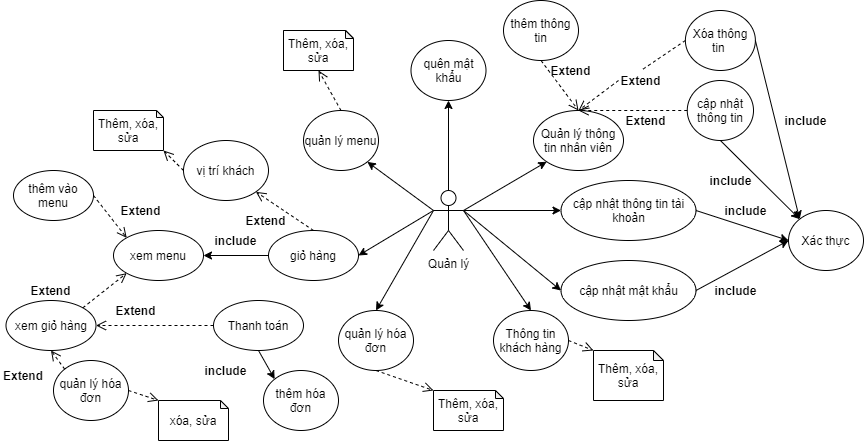
Before: Sơ đồ/quản lý.png, a diagram exported from draw.io (518H0090/FinalProjectAndroid). Source tidied: cells renumbered, new cells last; positions are measured from the earlier drawing's top-left corner, leaving out a move shared by most shapes. The source it was exported from:
```xml
<mxGraphModel>
  <root>
    <mxCell id="0" />
    <mxCell id="1" parent="0" />
    <mxCell id="2" style="edgeStyle=orthogonalEdgeStyle;rounded=0;jettySize=auto;html=1;entryX=0.5;entryY=1;entryDx=0;entryDy=0;entryPerimeter=0;" parent="1" edge="1" source="3" target="29">
      <mxGeometry relative="1" as="geometry" />
    </mxCell>
    <mxCell id="3" value="Quản lý" style="shape=umlActor;verticalLabelPosition=bottom;verticalAlign=top;html=1;outlineConnect=0;" parent="1" vertex="1">
      <mxGeometry x="432" y="190" width="30" height="60" as="geometry" />
    </mxCell>
    <mxCell id="4" value="Quản lý thông tin nhân viên" style="ellipse;whiteSpace=wrap;html=1;" parent="1" vertex="1">
      <mxGeometry x="532" y="110" width="90" height="60" as="geometry" />
    </mxCell>
    <mxCell id="5" value="quản lý menu" style="ellipse;whiteSpace=wrap;html=1;" parent="1" vertex="1">
      <mxGeometry x="302" y="110" width="75" height="60" as="geometry" />
    </mxCell>
    <mxCell id="6" value="Thêm, xóa, sửa" style="shape=note;whiteSpace=wrap;html=1;backgroundOutline=1;darkOpacity=0.05;size=8;" parent="1" vertex="1">
      <mxGeometry x="282" y="30" width="70" height="40" as="geometry" />
    </mxCell>
    <mxCell id="7" value="vị trí khách" style="ellipse;whiteSpace=wrap;html=1;" parent="1" vertex="1">
      <mxGeometry x="182" y="140" width="85" height="60" as="geometry" />
    </mxCell>
    <mxCell id="8" value="Thêm, xóa, sửa" style="shape=note;whiteSpace=wrap;html=1;backgroundOutline=1;darkOpacity=0.05;size=7;" parent="1" vertex="1">
      <mxGeometry x="92" y="110" width="70" height="40" as="geometry" />
    </mxCell>
    <mxCell id="9" style="endArrow=classic;html=1;entryX=0;entryY=1;entryDx=0;entryDy=0;exitX=1;exitY=0.3333333333333333;exitDx=0;exitDy=0;exitPerimeter=0;" parent="1" edge="1" source="3" target="4">
      <mxGeometry relative="1" as="geometry" />
    </mxCell>
    <mxCell id="10" style="endArrow=classic;html=1;entryX=1;entryY=1;entryDx=0;entryDy=0;exitX=0;exitY=0.3333333333333333;exitDx=0;exitDy=0;exitPerimeter=0;" parent="1" edge="1" source="3" target="5">
      <mxGeometry relative="1" as="geometry" />
    </mxCell>
    <mxCell id="11" style="html=1;verticalAlign=bottom;endArrow=open;dashed=1;endSize=8;entryX=1;entryY=1;entryDx=0;entryDy=0;exitX=0;exitY=0.5;exitDx=0;exitDy=0;entryPerimeter=0;" parent="1" edge="1" source="7" target="8">
      <mxGeometry relative="1" as="geometry" />
    </mxCell>
    <mxCell id="12" style="html=1;verticalAlign=bottom;endArrow=open;dashed=1;endSize=8;entryX=0.5;entryY=1;entryDx=0;entryDy=0;exitX=0.5;exitY=0;exitDx=0;exitDy=0;entryPerimeter=0;" parent="1" edge="1" source="5" target="6">
      <mxGeometry relative="1" as="geometry" />
    </mxCell>
    <mxCell id="13" value="cập nhật thông tin tài khoản" style="ellipse;whiteSpace=wrap;html=1;" parent="1" vertex="1">
      <mxGeometry x="559.5" y="180" width="135" height="60" as="geometry" />
    </mxCell>
    <mxCell id="14" value="cập nhật mật khẩu" style="ellipse;whiteSpace=wrap;html=1;" parent="1" vertex="1">
      <mxGeometry x="559.5" y="260" width="135" height="60" as="geometry" />
    </mxCell>
    <mxCell id="15" value="thêm hóa đơn" style="ellipse;whiteSpace=wrap;html=1;" parent="1" vertex="1">
      <mxGeometry x="262" y="370" width="75" height="60" as="geometry" />
    </mxCell>
    <mxCell id="16" value="Thông tin khách hàng" style="ellipse;whiteSpace=wrap;html=1;" parent="1" vertex="1">
      <mxGeometry x="492" y="310" width="75" height="60" as="geometry" />
    </mxCell>
    <mxCell id="17" value="Thêm, xóa, sửa" style="shape=note;whiteSpace=wrap;html=1;backgroundOutline=1;darkOpacity=0.05;size=10;" parent="1" vertex="1">
      <mxGeometry x="592" y="350" width="70" height="50" as="geometry" />
    </mxCell>
    <mxCell id="18" style="html=1;verticalAlign=bottom;endArrow=open;dashed=1;endSize=8;exitX=1;exitY=0.5;exitDx=0;exitDy=0;entryX=0;entryY=0;entryDx=0;entryDy=0;entryPerimeter=0;" parent="1" edge="1" source="16" target="17">
      <mxGeometry relative="1" as="geometry" />
    </mxCell>
    <mxCell id="19" style="endArrow=classic;html=1;exitX=1;exitY=0.3333333333333333;exitDx=0;exitDy=0;exitPerimeter=0;entryX=0.5;entryY=0;entryDx=0;entryDy=0;" parent="1" edge="1" source="3" target="16">
      <mxGeometry relative="1" as="geometry" />
    </mxCell>
    <mxCell id="20" style="endArrow=classic;html=1;entryX=0;entryY=0.5;entryDx=0;entryDy=0;exitX=1;exitY=0.5;exitDx=0;exitDy=0;" parent="1" edge="1" source="13" target="30">
      <mxGeometry relative="1" as="geometry" />
    </mxCell>
    <mxCell id="21" style="endArrow=classic;html=1;entryX=0;entryY=0.5;entryDx=0;entryDy=0;exitX=1;exitY=0.5;exitDx=0;exitDy=0;" parent="1" edge="1" source="14" target="30">
      <mxGeometry relative="1" as="geometry" />
    </mxCell>
    <mxCell id="22" value="giỏ hàng" style="ellipse;whiteSpace=wrap;html=1;" parent="1" vertex="1">
      <mxGeometry x="267" y="230" width="90" height="50" as="geometry" />
    </mxCell>
    <mxCell id="23" style="html=1;verticalAlign=bottom;endArrow=open;dashed=1;endSize=8;exitX=0.5;exitY=0;exitDx=0;exitDy=0;entryX=1;entryY=1;entryDx=0;entryDy=0;" parent="1" edge="1" source="22" target="7">
      <mxGeometry relative="1" as="geometry" />
    </mxCell>
    <mxCell id="24" value="Extend" style="text;align=center;fontStyle=1;verticalAlign=middle;spacingLeft=3;spacingRight=3;strokeColor=none;" parent="1" vertex="1">
      <mxGeometry x="242" y="210" width="45" height="20" as="geometry" />
    </mxCell>
    <mxCell id="25" value="Thanh toán" style="ellipse;whiteSpace=wrap;html=1;" parent="1" vertex="1">
      <mxGeometry x="212" y="300" width="90" height="50" as="geometry" />
    </mxCell>
    <mxCell id="26" value="include" style="text;align=center;fontStyle=1;verticalAlign=middle;spacingLeft=3;spacingRight=3;strokeColor=none;" parent="1" vertex="1">
      <mxGeometry x="202" y="360" width="45" height="20" as="geometry" />
    </mxCell>
    <mxCell id="27" style="endArrow=classic;html=1;entryX=0;entryY=0;entryDx=0;entryDy=0;exitX=0.5;exitY=1;exitDx=0;exitDy=0;" parent="1" edge="1" source="25" target="15">
      <mxGeometry relative="1" as="geometry" />
    </mxCell>
    <mxCell id="28" style="endArrow=classic;html=1;entryX=1;entryY=0.5;entryDx=0;entryDy=0;exitX=0;exitY=0.3333333333333333;exitDx=0;exitDy=0;exitPerimeter=0;" parent="1" edge="1" source="3" target="22">
      <mxGeometry relative="1" as="geometry" />
    </mxCell>
    <mxCell id="29" value="quên mật khẩu" style="ellipse;whiteSpace=wrap;html=1;" parent="1" vertex="1">
      <mxGeometry x="409.5" y="40" width="75" height="60" as="geometry" />
    </mxCell>
    <mxCell id="30" value="Xác thực" style="ellipse;whiteSpace=wrap;html=1;" parent="1" vertex="1">
      <mxGeometry x="787" y="210" width="75" height="60" as="geometry" />
    </mxCell>
    <mxCell id="31" value="include" style="text;align=center;fontStyle=1;verticalAlign=middle;spacingLeft=3;spacingRight=3;strokeColor=none;" parent="1" vertex="1">
      <mxGeometry x="712" y="280" width="45" height="20" as="geometry" />
    </mxCell>
    <mxCell id="32" value="include" style="text;align=center;fontStyle=1;verticalAlign=middle;spacingLeft=3;spacingRight=3;strokeColor=none;" parent="1" vertex="1">
      <mxGeometry x="722" y="200" width="45" height="20" as="geometry" />
    </mxCell>
    <mxCell id="33" style="endArrow=classic;html=1;entryX=0;entryY=0.5;entryDx=0;entryDy=0;exitX=1;exitY=0.3333333333333333;exitDx=0;exitDy=0;exitPerimeter=0;" parent="1" edge="1" source="3" target="13">
      <mxGeometry relative="1" as="geometry" />
    </mxCell>
    <mxCell id="34" style="endArrow=classic;html=1;entryX=0;entryY=0.5;entryDx=0;entryDy=0;exitX=1;exitY=0.3333333333333333;exitDx=0;exitDy=0;exitPerimeter=0;" parent="1" edge="1" source="3" target="14">
      <mxGeometry relative="1" as="geometry" />
    </mxCell>
    <mxCell id="35" value="thêm thông tin" style="ellipse;whiteSpace=wrap;html=1;" parent="1" vertex="1">
      <mxGeometry x="502" width="75" height="60" as="geometry" />
    </mxCell>
    <mxCell id="36" value="Xóa thông tin&amp;nbsp;" style="ellipse;whiteSpace=wrap;html=1;" parent="1" vertex="1">
      <mxGeometry x="683.9" y="10" width="70" height="60" as="geometry" />
    </mxCell>
    <mxCell id="37" value="cập nhật thông tin" style="ellipse;whiteSpace=wrap;html=1;" parent="1" vertex="1">
      <mxGeometry x="685.8" y="80" width="66.2" height="60" as="geometry" />
    </mxCell>
    <mxCell id="38" style="endArrow=classic;html=1;entryX=0;entryY=0;entryDx=0;entryDy=0;exitX=1;exitY=0.5;exitDx=0;exitDy=0;" parent="1" edge="1" source="36" target="30">
      <mxGeometry relative="1" as="geometry" />
    </mxCell>
    <mxCell id="39" style="endArrow=classic;html=1;entryX=0;entryY=0;entryDx=0;entryDy=0;exitX=0.5;exitY=1;exitDx=0;exitDy=0;" parent="1" edge="1" source="37" target="30">
      <mxGeometry relative="1" as="geometry" />
    </mxCell>
    <mxCell id="40" value="include" style="text;align=center;fontStyle=1;verticalAlign=middle;spacingLeft=3;spacingRight=3;strokeColor=none;" parent="1" vertex="1">
      <mxGeometry x="707" y="170" width="45" height="20" as="geometry" />
    </mxCell>
    <mxCell id="41" value="include" style="text;align=center;fontStyle=1;verticalAlign=middle;spacingLeft=3;spacingRight=3;strokeColor=none;" parent="1" vertex="1">
      <mxGeometry x="782" y="110" width="45" height="20" as="geometry" />
    </mxCell>
    <mxCell id="42" style="html=1;verticalAlign=bottom;endArrow=open;dashed=1;endSize=8;exitX=0;exitY=0.5;exitDx=0;exitDy=0;entryX=0.5;entryY=0;entryDx=0;entryDy=0;startArrow=none;" parent="1" edge="1" source="47" target="4">
      <mxGeometry relative="1" as="geometry" />
    </mxCell>
    <mxCell id="43" style="html=1;verticalAlign=bottom;endArrow=open;dashed=1;endSize=8;exitX=0;exitY=0.5;exitDx=0;exitDy=0;" parent="1" edge="1" source="37">
      <mxGeometry relative="1" as="geometry">
        <mxPoint x="577" y="110" as="targetPoint" />
      </mxGeometry>
    </mxCell>
    <mxCell id="44" style="html=1;verticalAlign=bottom;endArrow=open;dashed=1;endSize=8;exitX=0.5;exitY=1;exitDx=0;exitDy=0;entryX=0.5;entryY=0;entryDx=0;entryDy=0;" parent="1" edge="1" source="35" target="4">
      <mxGeometry relative="1" as="geometry" />
    </mxCell>
    <mxCell id="45" value="Extend" style="text;align=center;fontStyle=1;verticalAlign=middle;spacingLeft=3;spacingRight=3;strokeColor=none;" parent="1" vertex="1">
      <mxGeometry x="547" y="60" width="45" height="20" as="geometry" />
    </mxCell>
    <mxCell id="46" value="Extend" style="text;align=center;fontStyle=1;verticalAlign=middle;spacingLeft=3;spacingRight=3;strokeColor=none;" parent="1" vertex="1">
      <mxGeometry x="622" y="110" width="45" height="20" as="geometry" />
    </mxCell>
    <mxCell id="47" value="Extend" style="text;align=center;fontStyle=1;verticalAlign=middle;spacingLeft=3;spacingRight=3;strokeColor=none;points=[[0,0.5],[1,0.5]];portConstraint=eastwest;" parent="1" vertex="1">
      <mxGeometry x="617" y="70" width="45" height="20" as="geometry" />
    </mxCell>
    <mxCell id="48" style="html=1;verticalAlign=bottom;endArrow=none;dashed=1;endSize=8;exitX=0;exitY=0.5;exitDx=0;exitDy=0;entryX=0.5;entryY=0;entryDx=0;entryDy=0;" parent="1" edge="1" source="36" target="47">
      <mxGeometry relative="1" as="geometry" />
    </mxCell>
    <mxCell id="49" value="xem menu" style="ellipse;whiteSpace=wrap;html=1;" parent="1" vertex="1">
      <mxGeometry x="112" y="230" width="90" height="50" as="geometry" />
    </mxCell>
    <mxCell id="50" style="endArrow=classic;html=1;entryX=1;entryY=0.5;entryDx=0;entryDy=0;exitX=0;exitY=0.5;exitDx=0;exitDy=0;" parent="1" edge="1" source="22" target="49">
      <mxGeometry relative="1" as="geometry" />
    </mxCell>
    <mxCell id="51" value="include" style="text;align=center;fontStyle=1;verticalAlign=middle;spacingLeft=3;spacingRight=3;strokeColor=none;" parent="1" vertex="1">
      <mxGeometry x="212" y="230" width="45" height="20" as="geometry" />
    </mxCell>
    <mxCell id="52" value="thêm vào menu" style="ellipse;whiteSpace=wrap;html=1;" parent="1" vertex="1">
      <mxGeometry x="12" y="170" width="80" height="50" as="geometry" />
    </mxCell>
    <mxCell id="53" style="html=1;verticalAlign=bottom;endArrow=open;dashed=1;endSize=8;exitX=1;exitY=0.5;exitDx=0;exitDy=0;entryX=0;entryY=0;entryDx=0;entryDy=0;" parent="1" edge="1" source="52" target="49">
      <mxGeometry relative="1" as="geometry" />
    </mxCell>
    <mxCell id="54" value="Extend" style="text;align=center;fontStyle=1;verticalAlign=middle;spacingLeft=3;spacingRight=3;strokeColor=none;" parent="1" vertex="1">
      <mxGeometry x="117" y="200" width="45" height="20" as="geometry" />
    </mxCell>
    <mxCell id="55" value="xem giỏ hàng" style="ellipse;whiteSpace=wrap;html=1;" parent="1" vertex="1">
      <mxGeometry x="4.5" y="300" width="90" height="50" as="geometry" />
    </mxCell>
    <mxCell id="56" value="Extend" style="text;align=center;fontStyle=1;verticalAlign=middle;spacingLeft=3;spacingRight=3;strokeColor=none;" parent="1" vertex="1">
      <mxGeometry x="27" y="280" width="45" height="20" as="geometry" />
    </mxCell>
    <mxCell id="57" style="html=1;verticalAlign=bottom;endArrow=open;dashed=1;endSize=8;exitX=1;exitY=0;exitDx=0;exitDy=0;entryX=0;entryY=1;entryDx=0;entryDy=0;" parent="1" edge="1" source="55" target="49">
      <mxGeometry relative="1" as="geometry" />
    </mxCell>
    <mxCell id="58" style="html=1;verticalAlign=bottom;endArrow=open;dashed=1;endSize=8;exitX=0;exitY=0.5;exitDx=0;exitDy=0;entryX=1;entryY=0.5;entryDx=0;entryDy=0;" parent="1" edge="1" source="25" target="55">
      <mxGeometry relative="1" as="geometry" />
    </mxCell>
    <mxCell id="59" value="Extend" style="text;align=center;fontStyle=1;verticalAlign=middle;spacingLeft=3;spacingRight=3;strokeColor=none;" parent="1" vertex="1">
      <mxGeometry x="112" y="300" width="45" height="20" as="geometry" />
    </mxCell>
    <mxCell id="60" value="quản lý hóa đơn" style="ellipse;whiteSpace=wrap;html=1;" parent="1" vertex="1">
      <mxGeometry x="337" y="310" width="75" height="60" as="geometry" />
    </mxCell>
    <mxCell id="61" style="endArrow=classic;html=1;entryX=0.5;entryY=0;entryDx=0;entryDy=0;exitX=0;exitY=0.3333333333333333;exitDx=0;exitDy=0;exitPerimeter=0;" parent="1" edge="1" source="3" target="60">
      <mxGeometry relative="1" as="geometry" />
    </mxCell>
    <mxCell id="62" value="Thêm, xóa, sửa" style="shape=note;whiteSpace=wrap;html=1;backgroundOutline=1;darkOpacity=0.05;size=8;" parent="1" vertex="1">
      <mxGeometry x="282" y="30" width="70" height="40" as="geometry" />
    </mxCell>
    <mxCell id="63" style="html=1;verticalAlign=bottom;endArrow=open;dashed=1;endSize=8;entryX=0;entryY=0;entryDx=0;entryDy=0;exitX=0.5;exitY=1;exitDx=0;exitDy=0;entryPerimeter=0;" parent="1" edge="1" source="60" target="64">
      <mxGeometry relative="1" as="geometry" />
    </mxCell>
    <mxCell id="64" value="Thêm, xóa, sửa" style="shape=note;whiteSpace=wrap;html=1;backgroundOutline=1;darkOpacity=0.05;size=8;" parent="1" vertex="1">
      <mxGeometry x="432" y="390" width="70" height="40" as="geometry" />
    </mxCell>
    <mxCell id="65" value="quản lý hóa đơn" style="ellipse;whiteSpace=wrap;html=1;" parent="1" vertex="1">
      <mxGeometry x="52" y="360" width="75" height="60" as="geometry" />
    </mxCell>
    <mxCell id="66" style="html=1;verticalAlign=bottom;endArrow=open;dashed=1;endSize=8;entryX=0;entryY=0;entryDx=0;entryDy=0;exitX=1;exitY=0.5;exitDx=0;exitDy=0;entryPerimeter=0;" parent="1" edge="1" source="65" target="67">
      <mxGeometry relative="1" as="geometry" />
    </mxCell>
    <mxCell id="67" value="xóa, sửa" style="shape=note;whiteSpace=wrap;html=1;backgroundOutline=1;darkOpacity=0.05;size=8;" parent="1" vertex="1">
      <mxGeometry x="157" y="400" width="70" height="40" as="geometry" />
    </mxCell>
    <mxCell id="68" style="html=1;verticalAlign=bottom;endArrow=open;dashed=1;endSize=8;exitX=0;exitY=0;exitDx=0;exitDy=0;entryX=0.5;entryY=1;entryDx=0;entryDy=0;" parent="1" edge="1" source="65" target="55">
      <mxGeometry relative="1" as="geometry" />
    </mxCell>
    <mxCell id="69" value="Extend" style="text;align=center;fontStyle=1;verticalAlign=middle;spacingLeft=3;spacingRight=3;strokeColor=none;" parent="1" vertex="1">
      <mxGeometry x="-0.5" y="365" width="45" height="20" as="geometry" />
    </mxCell>
  </root>
</mxGraphModel>
```
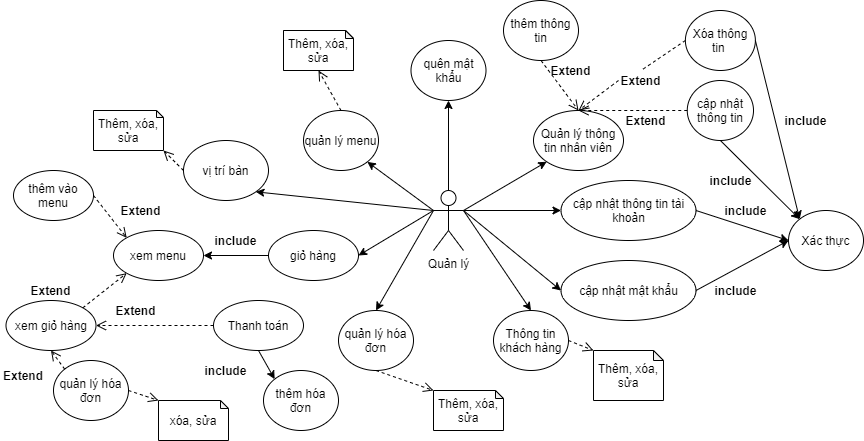
Above is the later version.

Diff of the diagram source:
```diff
@@ -14,12 +14,12 @@
     <mxCell id="5" value="quản lý menu" style="ellipse;whiteSpace=wrap;html=1;" parent="1" vertex="1">
       <mxGeometry x="302" y="110" width="75" height="60" as="geometry" />
     </mxCell>
-    <mxCell id="6" value="Thêm, xóa, sửa" style="shape=note;whiteSpace=wrap;html=1;backgroundOutline=1;darkOpacity=0.05;size=8;" parent="1" vertex="1">
-      <mxGeometry x="282" y="30" width="70" height="40" as="geometry" />
-    </mxCell>
-    <mxCell id="7" value="vị trí khách" style="ellipse;whiteSpace=wrap;html=1;" parent="1" vertex="1">
-      <mxGeometry x="182" y="140" width="85" height="60" as="geometry" />
-    </mxCell>
+    <mxCell id="70" value="Thêm, xóa, sửa" style="shape=note;whiteSpace=wrap;html=1;backgroundOutline=1;darkOpacity=0.05;size=8;" parent="1" vertex="1">
+      <mxGeometry x="282" y="30" width="70" height="40" as="geometry" />
+    </mxCell>
+    <mxCell id="71" value="vị trí bàn" style="ellipse;whiteSpace=wrap;html=1;" parent="1" vertex="1">
+      <mxGeometry x="182" y="140" width="85" height="60" as="geometry" />
+    </mxCell>
     <mxCell id="8" value="Thêm, xóa, sửa" style="shape=note;whiteSpace=wrap;html=1;backgroundOutline=1;darkOpacity=0.05;size=7;" parent="1" vertex="1">
       <mxGeometry x="92" y="110" width="70" height="40" as="geometry" />
     </mxCell>
@@ -29,12 +29,12 @@
     <mxCell id="10" style="endArrow=classic;html=1;entryX=1;entryY=1;entryDx=0;entryDy=0;exitX=0;exitY=0.3333333333333333;exitDx=0;exitDy=0;exitPerimeter=0;" parent="1" edge="1" source="3" target="5">
       <mxGeometry relative="1" as="geometry" />
     </mxCell>
-    <mxCell id="11" style="html=1;verticalAlign=bottom;endArrow=open;dashed=1;endSize=8;entryX=1;entryY=1;entryDx=0;entryDy=0;exitX=0;exitY=0.5;exitDx=0;exitDy=0;entryPerimeter=0;" parent="1" edge="1" source="7" target="8">
-      <mxGeometry relative="1" as="geometry" />
-    </mxCell>
-    <mxCell id="12" style="html=1;verticalAlign=bottom;endArrow=open;dashed=1;endSize=8;entryX=0.5;entryY=1;entryDx=0;entryDy=0;exitX=0.5;exitY=0;exitDx=0;exitDy=0;entryPerimeter=0;" parent="1" edge="1" source="5" target="6">
-      <mxGeometry relative="1" as="geometry" />
-    </mxCell>
+    <mxCell id="72" style="html=1;verticalAlign=bottom;endArrow=open;dashed=1;endSize=8;entryX=1;entryY=1;entryDx=0;entryDy=0;exitX=0;exitY=0.5;exitDx=0;exitDy=0;entryPerimeter=0;" parent="1" edge="1" source="71" target="8">
+      <mxGeometry relative="1" as="geometry" />
+    </mxCell>
+    <mxCell id="73" style="html=1;verticalAlign=bottom;endArrow=open;dashed=1;endSize=8;entryX=0.5;entryY=1;entryDx=0;entryDy=0;exitX=0.5;exitY=0;exitDx=0;exitDy=0;entryPerimeter=0;" parent="1" edge="1" source="5" target="70">
+      <mxGeometry relative="1" as="geometry" />
+    </mxCell>
     <mxCell id="13" value="cập nhật thông tin tài khoản" style="ellipse;whiteSpace=wrap;html=1;" parent="1" vertex="1">
       <mxGeometry x="559.5" y="180" width="135" height="60" as="geometry" />
     </mxCell>
@@ -65,12 +65,6 @@
     <mxCell id="22" value="giỏ hàng" style="ellipse;whiteSpace=wrap;html=1;" parent="1" vertex="1">
       <mxGeometry x="267" y="230" width="90" height="50" as="geometry" />
     </mxCell>
-    <mxCell id="23" style="html=1;verticalAlign=bottom;endArrow=open;dashed=1;endSize=8;exitX=0.5;exitY=0;exitDx=0;exitDy=0;entryX=1;entryY=1;entryDx=0;entryDy=0;" parent="1" edge="1" source="22" target="7">
-      <mxGeometry relative="1" as="geometry" />
-    </mxCell>
-    <mxCell id="24" value="Extend" style="text;align=center;fontStyle=1;verticalAlign=middle;spacingLeft=3;spacingRight=3;strokeColor=none;" parent="1" vertex="1">
-      <mxGeometry x="242" y="210" width="45" height="20" as="geometry" />
-    </mxCell>
     <mxCell id="25" value="Thanh toán" style="ellipse;whiteSpace=wrap;html=1;" parent="1" vertex="1">
       <mxGeometry x="212" y="300" width="90" height="50" as="geometry" />
     </mxCell>
@@ -125,11 +119,11 @@
     <mxCell id="42" style="html=1;verticalAlign=bottom;endArrow=open;dashed=1;endSize=8;exitX=0;exitY=0.5;exitDx=0;exitDy=0;entryX=0.5;entryY=0;entryDx=0;entryDy=0;startArrow=none;" parent="1" edge="1" source="47" target="4">
       <mxGeometry relative="1" as="geometry" />
     </mxCell>
-    <mxCell id="43" style="html=1;verticalAlign=bottom;endArrow=open;dashed=1;endSize=8;exitX=0;exitY=0.5;exitDx=0;exitDy=0;" parent="1" edge="1" source="37">
-      <mxGeometry relative="1" as="geometry">
-        <mxPoint x="577" y="110" as="targetPoint" />
-      </mxGeometry>
-    </mxCell>
+    <mxCell id="74" style="html=1;verticalAlign=bottom;endArrow=open;dashed=1;endSize=8;exitX=0;exitY=0.5;exitDx=0;exitDy=0;" parent="1" edge="1" source="37">
+      <mxGeometry relative="1" as="geometry">
+        <mxPoint x="577" y="110" as="targetPoint" />
+      </mxGeometry>
+    </mxCell>
     <mxCell id="44" style="html=1;verticalAlign=bottom;endArrow=open;dashed=1;endSize=8;exitX=0.5;exitY=1;exitDx=0;exitDy=0;entryX=0.5;entryY=0;entryDx=0;entryDy=0;" parent="1" edge="1" source="35" target="4">
       <mxGeometry relative="1" as="geometry" />
     </mxCell>
@@ -184,9 +178,9 @@
     <mxCell id="61" style="endArrow=classic;html=1;entryX=0.5;entryY=0;entryDx=0;entryDy=0;exitX=0;exitY=0.3333333333333333;exitDx=0;exitDy=0;exitPerimeter=0;" parent="1" edge="1" source="3" target="60">
       <mxGeometry relative="1" as="geometry" />
     </mxCell>
-    <mxCell id="62" value="Thêm, xóa, sửa" style="shape=note;whiteSpace=wrap;html=1;backgroundOutline=1;darkOpacity=0.05;size=8;" parent="1" vertex="1">
-      <mxGeometry x="282" y="30" width="70" height="40" as="geometry" />
-    </mxCell>
+    <mxCell id="75" value="Thêm, xóa, sửa" style="shape=note;whiteSpace=wrap;html=1;backgroundOutline=1;darkOpacity=0.05;size=8;" parent="1" vertex="1">
+      <mxGeometry x="282" y="30" width="70" height="40" as="geometry" />
+    </mxCell>
     <mxCell id="63" style="html=1;verticalAlign=bottom;endArrow=open;dashed=1;endSize=8;entryX=0;entryY=0;entryDx=0;entryDy=0;exitX=0.5;exitY=1;exitDx=0;exitDy=0;entryPerimeter=0;" parent="1" edge="1" source="60" target="64">
       <mxGeometry relative="1" as="geometry" />
     </mxCell>
@@ -208,5 +202,8 @@
     <mxCell id="69" value="Extend" style="text;align=center;fontStyle=1;verticalAlign=middle;spacingLeft=3;spacingRight=3;strokeColor=none;" parent="1" vertex="1">
       <mxGeometry x="-0.5" y="365" width="45" height="20" as="geometry" />
     </mxCell>
+    <mxCell id="76" style="endArrow=classic;html=1;entryX=1;entryY=1;entryDx=0;entryDy=0;exitX=0;exitY=0.3333333333333333;exitDx=0;exitDy=0;exitPerimeter=0;" parent="1" edge="1" source="3" target="71">
+      <mxGeometry relative="1" as="geometry" />
+    </mxCell>
   </root>
 </mxGraphModel>
```
